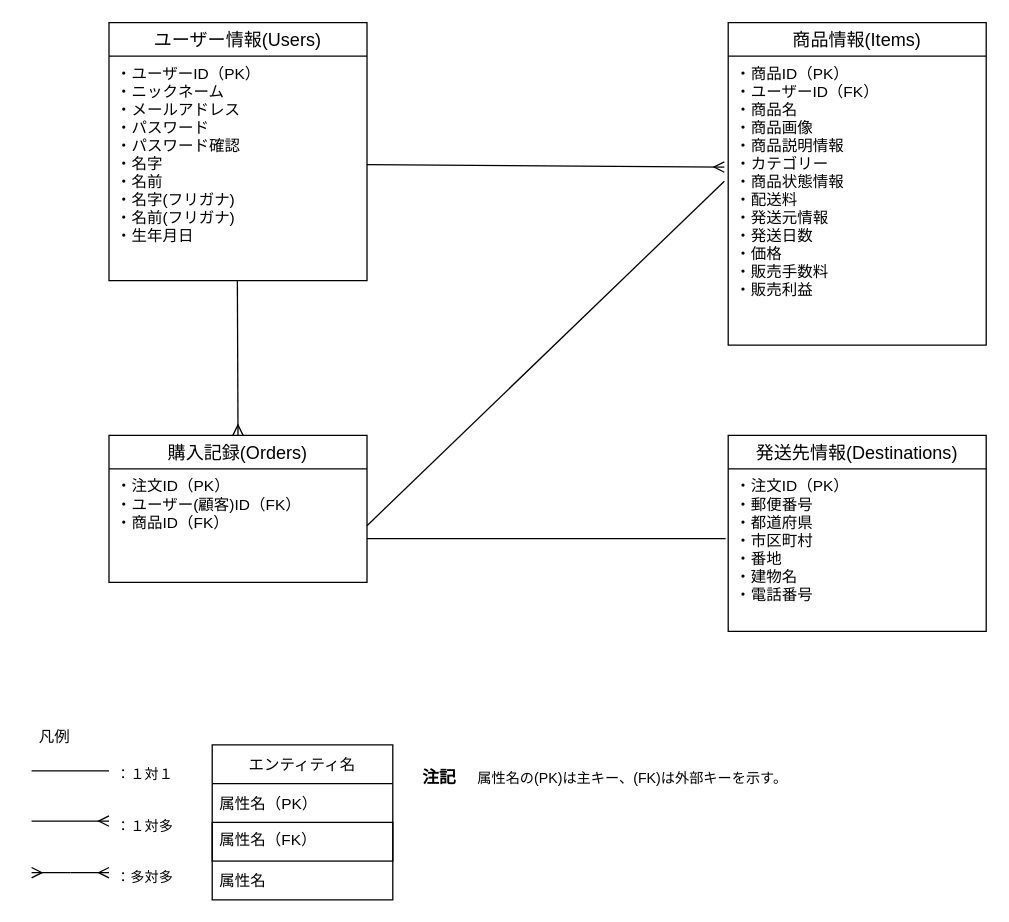
Earlier version of the draw.io diagram furima-38133.dio (NO1224/furima-38133). Source tidied: cells renumbered, new cells numbered last; positions are measured from the earlier drawing's top-left corner, leaving out a move shared by most shapes. Both pictures are drawn from the tidied source at 129%, with x=0, y=0 at pixel (31, 22).
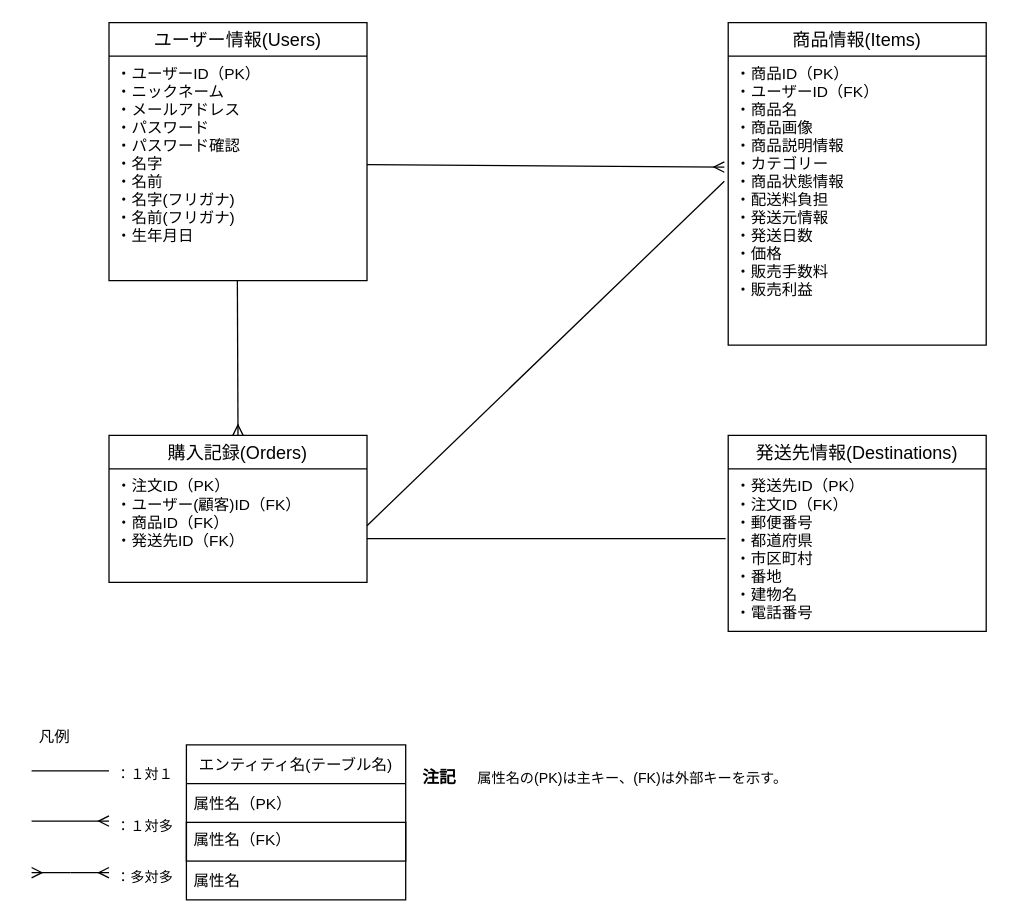
After the change.

Commit message (it also covers changes not shown here):
ER図、README作成

Unchanged cells that the change refers to:
```xml
<mxCell id="4" value="商品情報(Items)" style="swimlane;fontStyle=0;horizontal=1;startSize=26;align=center;fontSize=14;" parent="1" vertex="1">
  <mxGeometry x="540" width="200" height="250" as="geometry" />
</mxCell>
<mxCell id="6" value="購入記録(Orders)" style="swimlane;fontStyle=0;horizontal=1;startSize=26;align=center;fontSize=14;" parent="1" vertex="1">
  <mxGeometry x="60" y="320" width="200" height="114" as="geometry" />
</mxCell>
<mxCell id="21" value="発送先情報(Destinations)" style="swimlane;fontStyle=0;horizontal=1;startSize=26;align=center;fontSize=14;" parent="1" vertex="1">
  <mxGeometry x="540" y="320" width="200" height="152" as="geometry" />
</mxCell>
```

The edit, as a diff of the source:
```diff
@@
-    <mxCell id="5" value="・商品ID（PK）&#10;・ユーザーID（FK）&#10;・商品名&#10;・商品画像&#10;・商品説明情報&#10;・カテゴリー&#10;・商品状態情報&#10;・配送料&#10;・発送元情報&#10;・発送日数&#10;・価格&#10;・販売手数料&#10;・販売利益" style="text;strokeColor=none;fillColor=none;spacingLeft=4;spacingRight=4;overflow=hidden;points=[[0,0.5],[1,0.5]];portConstraint=eastwest;fontSize=12;" parent="4" vertex="1">
+    <mxCell id="5" value="・商品ID（PK）&#10;・ユーザーID（FK）&#10;・商品名&#10;・商品画像&#10;・商品説明情報&#10;・カテゴリー&#10;・商品状態情報&#10;・配送料負担&#10;・発送元情報&#10;・発送日数&#10;・価格&#10;・販売手数料&#10;・販売利益" style="text;strokeColor=none;fillColor=none;spacingLeft=4;spacingRight=4;overflow=hidden;points=[[0,0.5],[1,0.5]];portConstraint=eastwest;fontSize=12;" parent="4" vertex="1">
       <mxGeometry y="26" width="200" height="224" as="geometry" />
     </mxCell>
@@
-    <mxCell id="7" value="・注文ID（PK）&#10;・ユーザー(顧客)ID（FK）&#10;・商品ID（FK）" style="text;strokeColor=none;fillColor=none;spacingLeft=4;spacingRight=4;overflow=hidden;points=[[0,0.5],[1,0.5]];portConstraint=eastwest;fontSize=12;" parent="6" vertex="1">
+    <mxCell id="7" value="・注文ID（PK）&#10;・ユーザー(顧客)ID（FK）&#10;・商品ID（FK）&#10;・発送先ID（FK）" style="text;strokeColor=none;fillColor=none;spacingLeft=4;spacingRight=4;overflow=hidden;points=[[0,0.5],[1,0.5]];portConstraint=eastwest;fontSize=12;" parent="6" vertex="1">
       <mxGeometry y="26" width="200" height="88" as="geometry" />
     </mxCell>
-    <mxCell id="8" value="エンティティ名" style="swimlane;fontStyle=0;horizontal=1;startSize=30;" parent="1" vertex="1">
-      <mxGeometry x="140" y="560" width="140" height="120" as="geometry" />
+    <mxCell id="8" value="エンティティ名(テーブル名)" style="swimlane;fontStyle=0;horizontal=1;startSize=30;" parent="1" vertex="1">
+      <mxGeometry x="120" y="560" width="170" height="120" as="geometry" />
     </mxCell>
     <mxCell id="9" value="属性名（PK）" style="text;strokeColor=default;fillColor=none;align=left;verticalAlign=middle;spacingLeft=4;spacingRight=4;overflow=hidden;fontStyle=0;perimeterSpacing=0;strokeWidth=0;dashed=1;dashPattern=1 1;" parent="8" vertex="1">
-      <mxGeometry y="30" width="140" height="30" as="geometry" />
+      <mxGeometry y="30" width="170" height="30" as="geometry" />
     </mxCell>
     <mxCell id="10" value="属性名（FK）" style="text;strokeColor=default;fillColor=none;align=left;verticalAlign=middle;spacingLeft=4;spacingRight=4;overflow=hidden;fontStyle=0;fontSize=12;spacingTop=-4;" parent="8" vertex="1">
-      <mxGeometry y="60" width="140" height="30" as="geometry" />
+      <mxGeometry y="60" width="170" height="30" as="geometry" />
     </mxCell>
     <mxCell id="11" value="属性名" style="text;strokeColor=none;fillColor=none;align=left;verticalAlign=middle;spacingLeft=4;spacingRight=4;overflow=hidden;" parent="8" vertex="1">
-      <mxGeometry y="90" width="140" height="30" as="geometry" />
+      <mxGeometry y="90" width="170" height="30" as="geometry" />
     </mxCell>
@@
-    <mxCell id="22" value="・注文ID（PK）&#10;・郵便番号&#10;・都道府県&#10;・市区町村&#10;・番地&#10;・建物名&#10;・電話番号" style="text;strokeColor=none;fillColor=none;spacingLeft=4;spacingRight=4;overflow=hidden;points=[[0,0.5],[1,0.5]];portConstraint=eastwest;fontSize=12;" parent="21" vertex="1">
+    <mxCell id="22" value="・発送先ID（PK）&#10;・注文ID（FK）&#10;・郵便番号&#10;・都道府県&#10;・市区町村&#10;・番地&#10;・建物名&#10;・電話番号" style="text;strokeColor=none;fillColor=none;spacingLeft=4;spacingRight=4;overflow=hidden;points=[[0,0.5],[1,0.5]];portConstraint=eastwest;fontSize=12;" parent="21" vertex="1">
       <mxGeometry y="26" width="200" height="126" as="geometry" />
     </mxCell>
```
